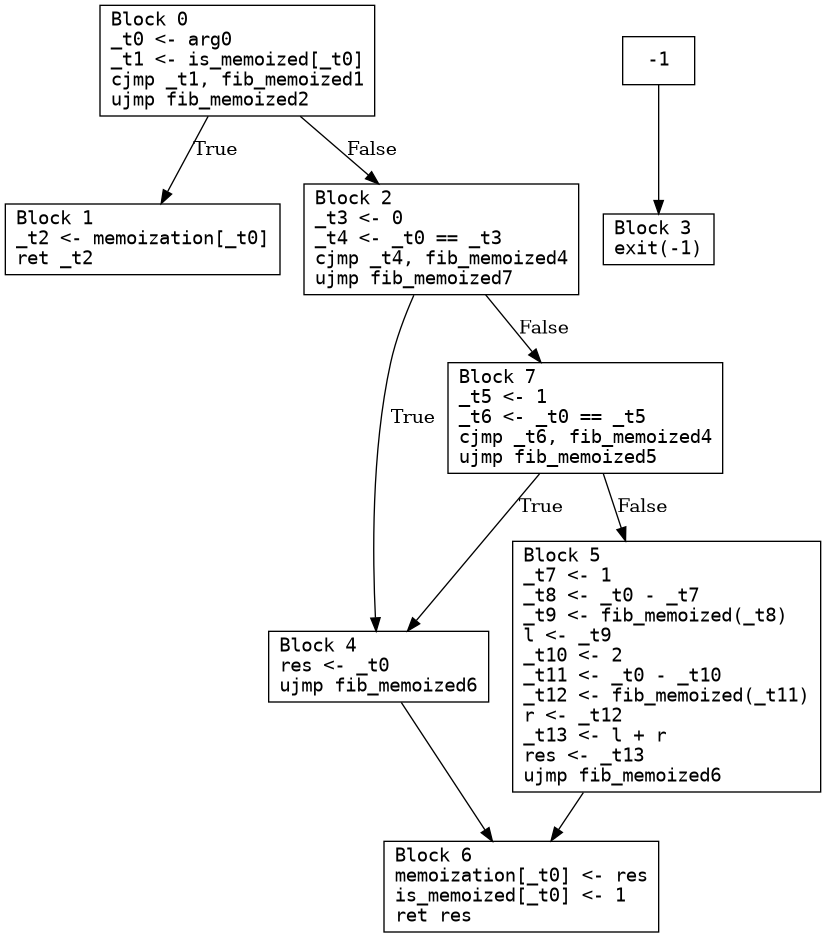
This is fib_memoized.png from seanchuck/compiler-s25, a Graphviz export, as it was before one commit. Its source is kept beside it as fib_memoized.dot.
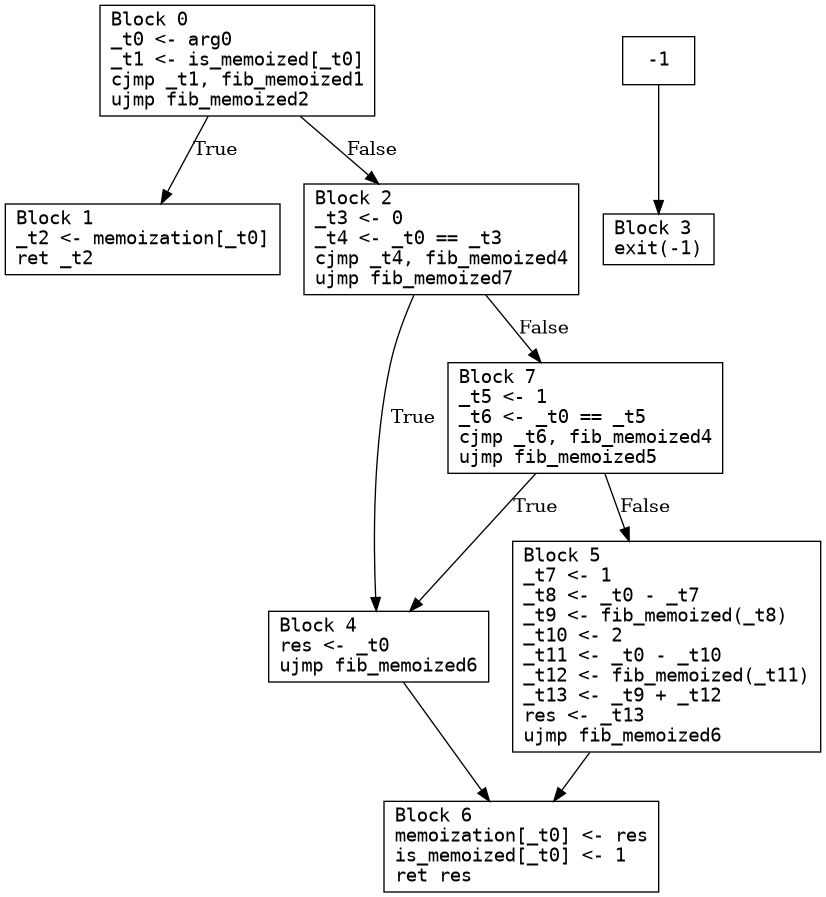
Later version of the same file.

What changed in the source:
```diff
@@ -5,16 +5,16 @@
   2 [label="Block 2\l_t3 <- 0\l_t4 <- _t0 == _t3\lcjmp _t4, fib_memoized4\lujmp fib_memoized7\l"];
   3 [label="Block 3\lexit(-1)\l"];
   4 [label="Block 4\lres <- _t0\lujmp fib_memoized6\l"];
-  5 [label="Block 5\l_t7 <- 1\l_t8 <- _t0 - _t7\l_t9 <- fib_memoized(_t8)\ll <- _t9\l_t10 <- 2\l_t11 <- _t0 - _t10\l_t12 <- fib_memoized(_t11)\lr <- _t12\l_t13 <- l + r\lres <- _t13\lujmp fib_memoized6\l"];
+  5 [label="Block 5\l_t7 <- 1\l_t8 <- _t0 - _t7\l_t9 <- fib_memoized(_t8)\l_t10 <- 2\l_t11 <- _t0 - _t10\l_t12 <- fib_memoized(_t11)\l_t13 <- _t9 + _t12\lres <- _t13\lujmp fib_memoized6\l"];
   6 [label="Block 6\lmemoization[_t0] <- res\lis_memoized[_t0] <- 1\lret res\l"];
   7 [label="Block 7\l_t5 <- 1\l_t6 <- _t0 == _t5\lcjmp _t6, fib_memoized4\lujmp fib_memoized5\l"];
   -1 -> 3 [label=""];
+  0 -> 2 [label="False"];
   0 -> 1 [label="True"];
-  0 -> 2 [label="False"];
   2 -> 4 [label="True"];
   2 -> 7 [label="False"];
   4 -> 6 [label=""];
   5 -> 6 [label=""];
+  7 -> 4 [label="True"];
   7 -> 5 [label="False"];
-  7 -> 4 [label="True"];
 }
```
